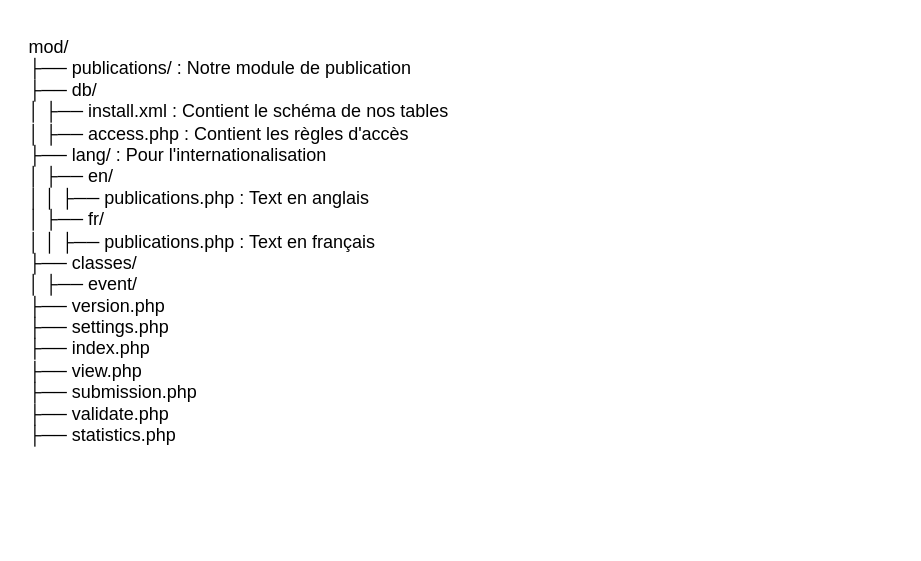
sngdtechnologies/Calculatrice keeps this draw.io diagram as Calculatrice/Diagramme sans nom.drawio. Above is the earlier version. Source tidied: cells renumbered, new cells numbered last; positions are measured from the earlier drawing's top-left corner, leaving out a move shared by most shapes. Both pictures are drawn from the tidied source at 150%, with x=0, y=0 at pixel (26, 26).
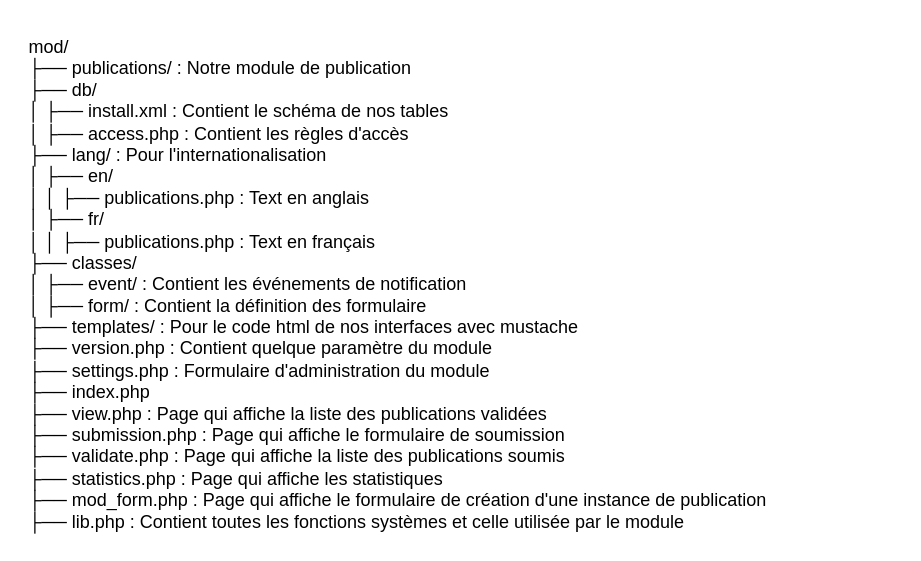
The same page after the edit.

Commit message (it also covers changes not shown here):
Mettre à jour Diagramme sans nom.drawio

The edit, as a diff of the source:
```diff
@@
 <mxGraphModel>
   <root>
     <mxCell id="0" />
     <mxCell id="1" parent="0" />
-    <mxCell id="2" value="&lt;span class=&quot;hljs-built_in&quot;&gt;mod&lt;/span&gt;/&lt;br&gt;├── publications/ : Notre module de publication&lt;br&gt;    ├── db/&lt;br&gt;    │   ├── install.xml : Contient le schéma de nos tables&lt;br&gt;    │   ├── access.php : Contient les règles d'accès&lt;br&gt;    ├── lang/ : Pour l'internationalisation&amp;nbsp;&lt;br&gt;    │   ├── en/&lt;br&gt;    │   │   ├── publications.php : Text en anglais&lt;br&gt;&lt;div&gt;&lt;span style=&quot;background-color: initial;&quot;&gt;│&lt;/span&gt;&lt;span style=&quot;background-color: initial;&quot;&gt;&amp;nbsp;&lt;/span&gt;├── fr/&lt;br&gt;│ │ ├── publications.php : Text en français&lt;br&gt;    ├── classes/&lt;br&gt;    │   ├── &lt;span class=&quot;hljs-keyword&quot;&gt;event&lt;/span&gt;/&lt;br&gt;    ├── version.php&lt;br&gt;    ├── settings.php&lt;br&gt;    ├── index.php&lt;br&gt;    ├── view.php&lt;br&gt;    ├── submission.php&lt;br&gt;    ├── validate.php&lt;br&gt;    ├── statistics.php&lt;/div&gt;" style="text;whiteSpace=wrap;html=1;" parent="1" vertex="1">
-      <mxGeometry width="580" height="270" as="geometry" />
+    <mxCell id="2" value="&lt;span class=&quot;hljs-built_in&quot;&gt;mod&lt;/span&gt;/&lt;br&gt;├── publications/ : Notre module de publication&lt;br&gt;    ├── db/&lt;br&gt;    │   ├── install.xml : Contient le schéma de nos tables&lt;br&gt;    │   ├── access.php : Contient les règles d'accès&lt;br&gt;    ├── lang/ : Pour l'internationalisation&amp;nbsp;&lt;br&gt;    │   ├── en/&lt;br&gt;    │   │   ├── publications.php : Text en anglais&lt;br&gt;&lt;div&gt;&lt;span style=&quot;background-color: initial;&quot;&gt;│&lt;/span&gt;&lt;span style=&quot;background-color: initial;&quot;&gt;&amp;nbsp;&lt;/span&gt;├── fr/&lt;br&gt;│ │ ├── publications.php : Text en français&lt;br&gt;    ├── classes/&lt;br&gt;    │   ├── &lt;span class=&quot;hljs-keyword&quot;&gt;event&lt;/span&gt;/ : Contient les événements de notification&lt;/div&gt;&lt;div&gt;│ ├── form/ : Contient la définition des formulaire&lt;/div&gt;&lt;div&gt;├── templates/ : Pour le code html de nos interfaces avec mustache&lt;br&gt;    ├── version.php : Contient quelque paramètre du module&lt;br&gt;    ├── settings.php : Formulaire d'administration du module&lt;br&gt;    ├── index.php&lt;br&gt;    ├── view.php : Page qui affiche la liste des publications validées&lt;br&gt;    ├── submission.php : Page qui affiche le formulaire de soumission&lt;br&gt;    ├── validate.php : Page qui affiche la liste des publications soumis&lt;br&gt;    ├── statistics.php :&amp;nbsp;&lt;span style=&quot;background-color: initial;&quot;&gt;Page qui affiche les statistiques&lt;/span&gt;&lt;/div&gt;&lt;div&gt;├── mod_form.php :&amp;nbsp;&lt;span style=&quot;background-color: initial;&quot;&gt;Page qui affiche le formulaire de création d'une instance de publication&lt;/span&gt;&lt;/div&gt;&lt;div&gt;├── lib.php : Contient toutes les fonctions systèmes et celle utilisée par le module&lt;/div&gt;" style="text;whiteSpace=wrap;html=1;" parent="1" vertex="1">
+      <mxGeometry width="580" height="340" as="geometry" />
     </mxCell>
   </root>
 </mxGraphModel>
```
